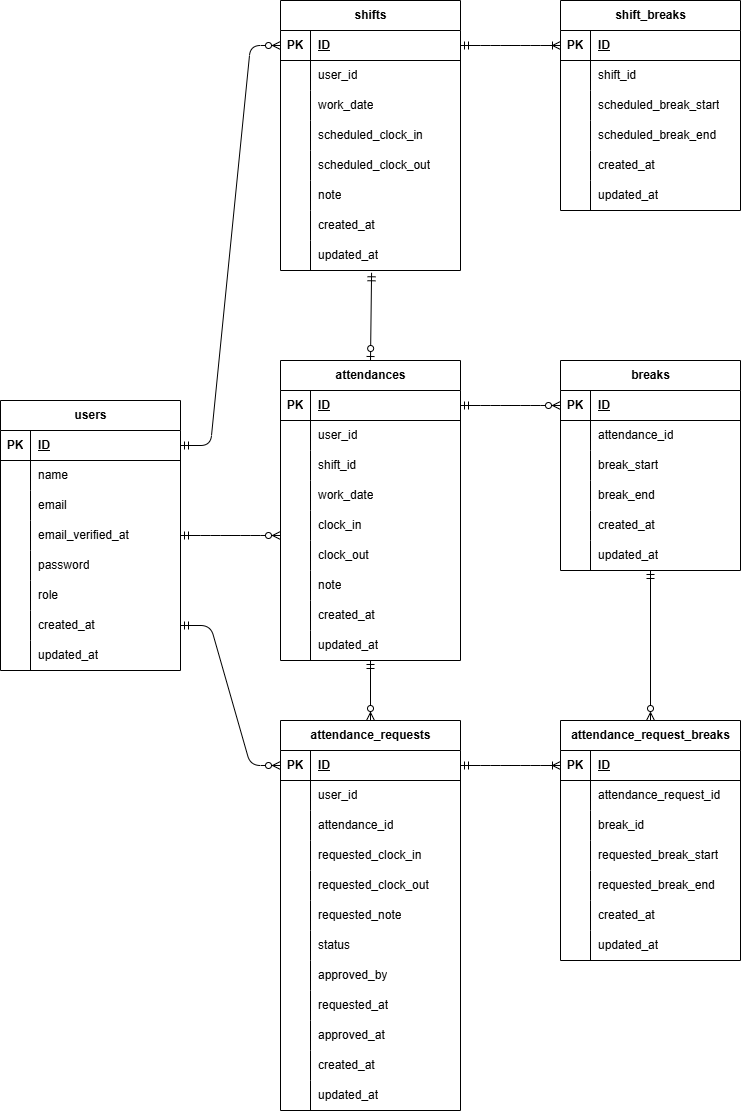
Above: attendance-management-app.drawio.png in ikemi-yuki/attendance-management-app (draw.io), before the change. Source tidied: cells renumbered, new cells last; positions are measured from the earlier drawing's top-left corner, leaving out a move shared by most shapes.
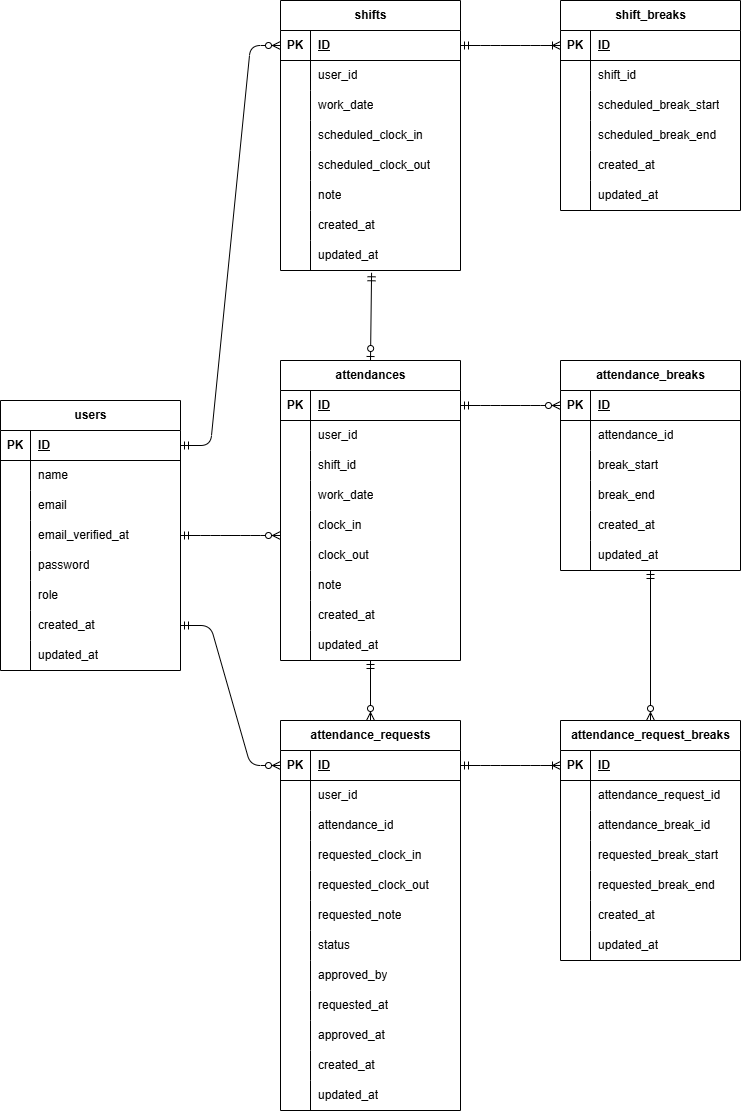
After the change.

Change to the diagram source:
```diff
@@ -161,7 +161,7 @@
     <mxCell id="54" value="updated_at" style="shape=partialRectangle;fillColor=none;top=0;left=0;bottom=0;right=0;align=left;spacingLeft=6;overflow=hidden;whiteSpace=wrap;html=1;" parent="52" vertex="1">
       <mxGeometry x="30" width="150" height="30" as="geometry" />
     </mxCell>
-    <mxCell id="55" value="breaks" style="shape=table;startSize=30;rowLines=0;fontStyle=1;align=center;html=1;" parent="1" vertex="1">
+    <mxCell id="55" value="attendance_breaks" style="shape=table;startSize=30;rowLines=0;fontStyle=1;align=center;html=1;" parent="1" vertex="1">
       <mxGeometry x="560" y="360" width="180" height="210" as="geometry" />
     </mxCell>
     <mxCell id="56" style="shape=tableRow;horizontal=0;startSize=0;swimlaneHead=0;swimlaneBody=0;fillColor=none;points=[[0,0.5],[1,0.5]];portConstraint=eastwest;top=0;left=0;right=0;bottom=1;" parent="55" vertex="1">
@@ -356,7 +356,7 @@
     <mxCell id="119" style="shape=partialRectangle;fillColor=none;top=0;left=0;bottom=0;right=0;overflow=hidden;whiteSpace=wrap;html=1;" parent="118" vertex="1">
       <mxGeometry width="30" height="30" as="geometry" />
     </mxCell>
-    <mxCell id="120" value="break_id" style="shape=partialRectangle;fillColor=none;top=0;left=0;bottom=0;right=0;align=left;spacingLeft=6;overflow=hidden;whiteSpace=wrap;html=1;" parent="118" vertex="1">
+    <mxCell id="120" value="attendance_break_id" style="shape=partialRectangle;fillColor=none;top=0;left=0;bottom=0;right=0;align=left;spacingLeft=6;overflow=hidden;whiteSpace=wrap;html=1;" parent="118" vertex="1">
       <mxGeometry x="30" width="150" height="30" as="geometry" />
     </mxCell>
     <mxCell id="121" style="shape=tableRow;horizontal=0;startSize=0;swimlaneHead=0;swimlaneBody=0;fillColor=none;top=0;left=0;right=0;bottom=0;" parent="111" vertex="1">
```
